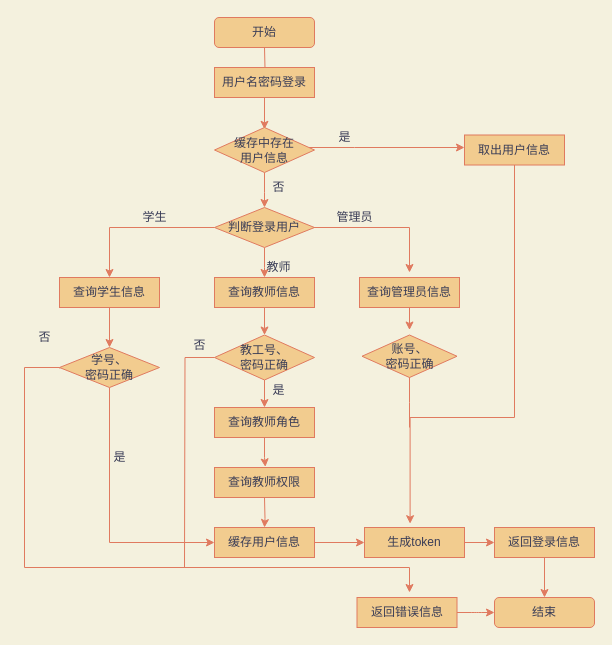
The draw.io diagram docs/img-raw/实现/登录流程.drawio in rufeng-h/healthman, before the edit. Source tidied: cells renumbered, new cells numbered last; positions are measured from the earlier drawing's top-left corner, leaving out a move shared by most shapes. Both pictures are drawn from the tidied source at 100%, with x=0, y=0 at pixel (24, 17).
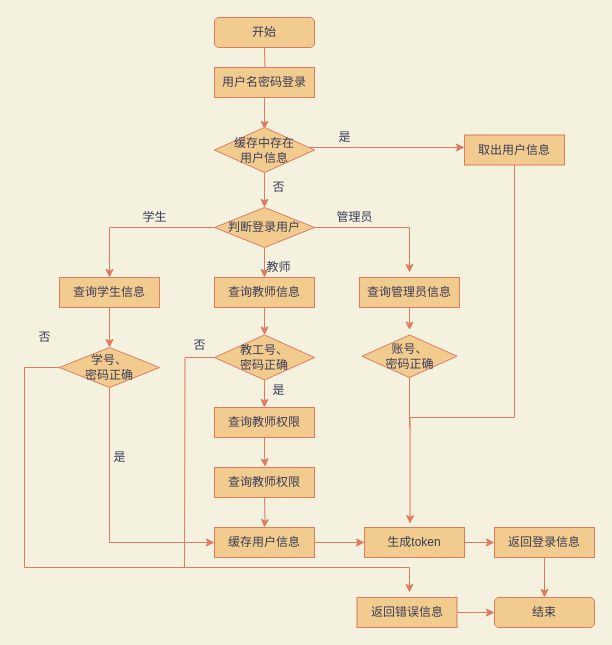
Above is the later version.

Diff of the diagram source:
```diff
@@
-    <mxCell id="25" value="查询教师角色" style="whiteSpace=wrap;html=1;strokeWidth=1;fillColor=#F2CC8F;strokeColor=#E07A5F;fontColor=#393C56;" parent="1" vertex="1">
+    <mxCell id="25" value="查询教师权限" style="whiteSpace=wrap;html=1;strokeWidth=1;fillColor=#F2CC8F;strokeColor=#E07A5F;fontColor=#393C56;" parent="1" vertex="1">
       <mxGeometry x="190" y="390" width="100" height="30" as="geometry" />
     </mxCell>
```
